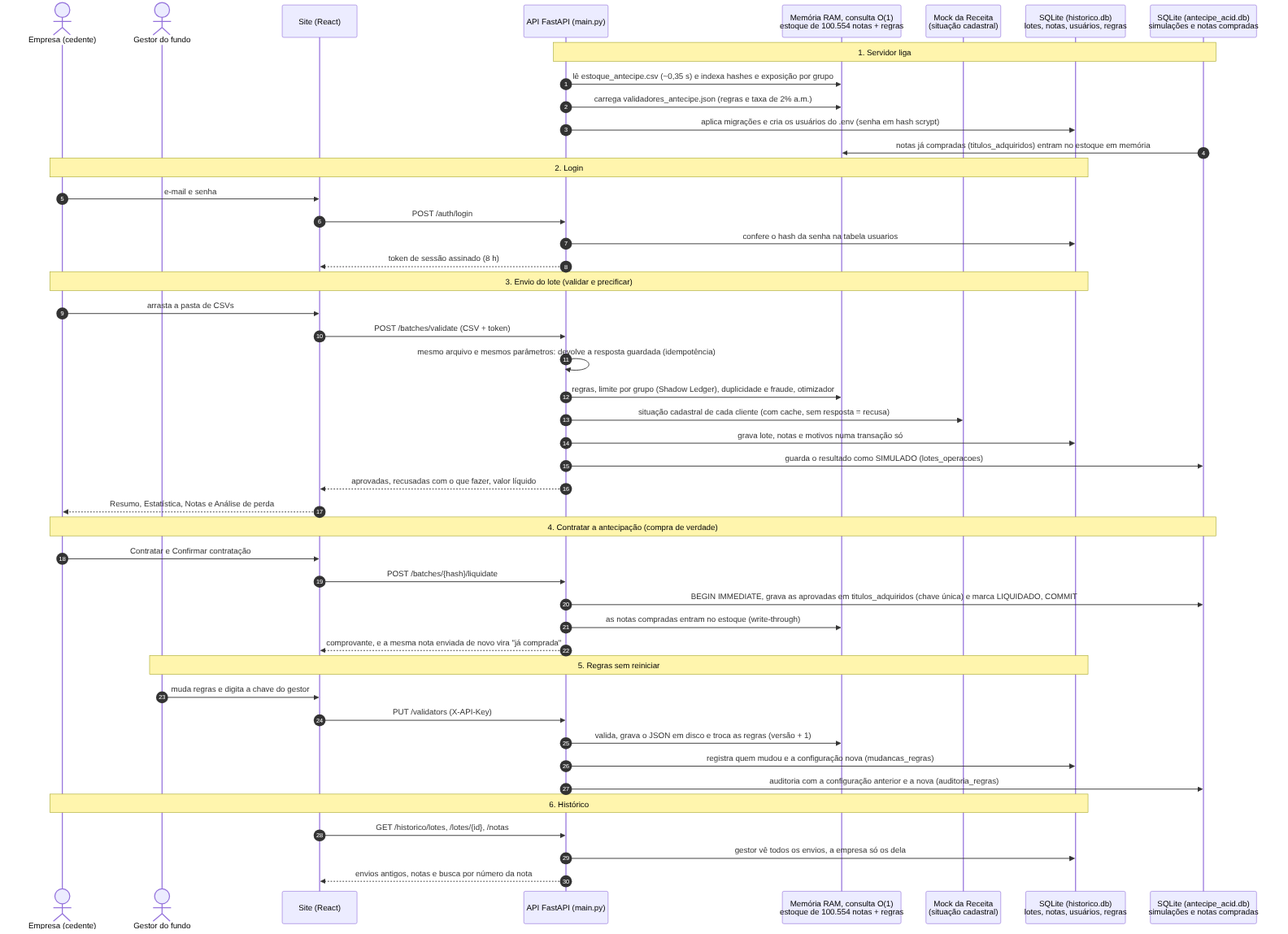
Before: docs/diagramas/fluxo-ram-e-banco.png, a diagram exported from Mermaid (FrankTarga/KanaBootCamp). Its source is kept beside it as docs/diagramas/fluxo-ram-e-banco.mmd.
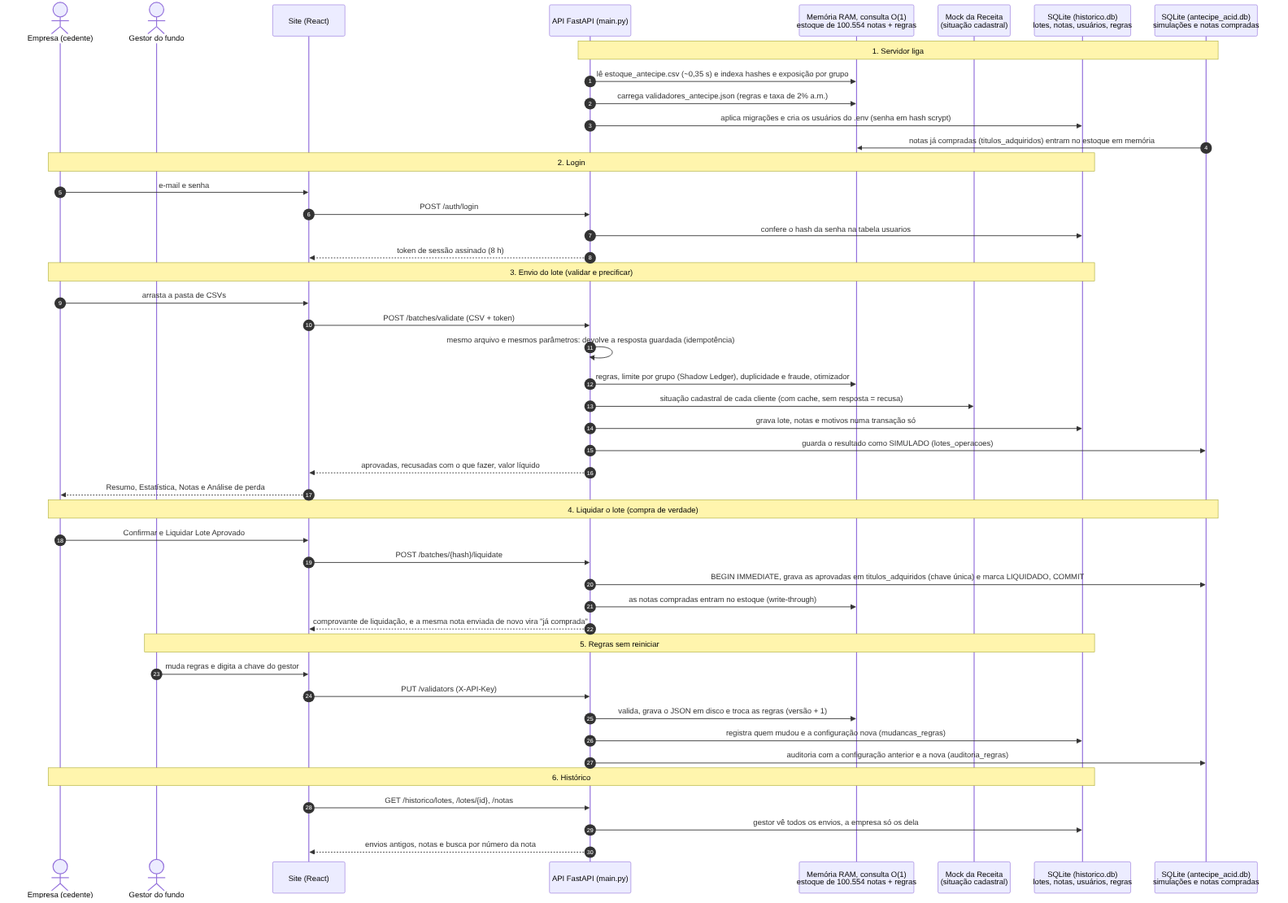
After the commit.

The edit, as a diff of the source:
```diff
@@ -32,12 +32,12 @@
     API-->>Front: aprovadas, recusadas com o que fazer, valor líquido
     Front-->>Empresa: Resumo, Estatística, Notas e Análise de perda
 
-    Note over Empresa,ACID: 4. Contratar a antecipação (compra de verdade)
-    Empresa->>Front: Contratar e Confirmar contratação
+    Note over Empresa,ACID: 4. Liquidar o lote (compra de verdade)
+    Empresa->>Front: Confirmar e Liquidar Lote Aprovado
     Front->>API: POST /batches/{hash}/liquidate
     API->>ACID: BEGIN IMMEDIATE, grava as aprovadas em titulos_adquiridos (chave única) e marca LIQUIDADO, COMMIT
     API->>RAM: as notas compradas entram no estoque (write-through)
-    API-->>Front: comprovante, e a mesma nota enviada de novo vira "já comprada"
+    API-->>Front: comprovante de liquidação, e a mesma nota enviada de novo vira "já comprada"
 
     Note over Gestor,DB: 5. Regras sem reiniciar
     Gestor->>Front: muda regras e digita a chave do gestor
```
